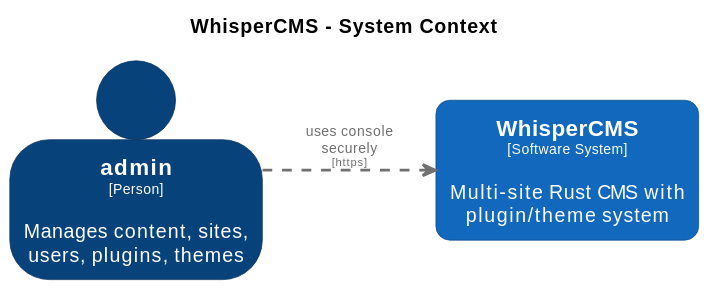
Earlier version of the PlantUML export docs/diagrams/structurizr-WhisperCMS-Context.svg (CoderByBlood/whisper-cms).
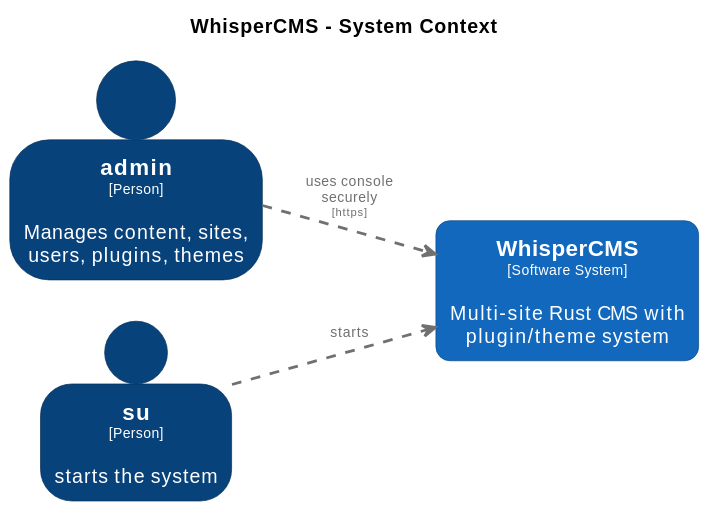
After the change.

What changed in the source:
```diff
@@ -28,9 +28,17 @@
   BorderColor #052e56
   shadowing false
 }
+skinparam person<<su>> {
+  BackgroundColor #08427b
+  FontColor #ffffff
+  BorderColor #052e56
+  shadowing false
+}
 
 person "==admin\n<size:10>[Person]</size>\n\nManages content, sites, users, plugins, themes" <<admin>> as admin
+person "==su\n<size:10>[Person]</size>\n\nstarts the system" <<su>> as su
 rectangle "==WhisperCMS\n<size:10>[Software System]</size>\n\nMulti-site Rust CMS with plugin/theme system" <<WhisperCMS>> as WhisperCMS
 
+su .[#707070,thickness=2].> WhisperCMS : "<color:#707070>starts"
 admin .[#707070,thickness=2].> WhisperCMS : "<color:#707070>uses console securely\n<color:#707070><size:8>[https]</size>"
 @enduml
```
